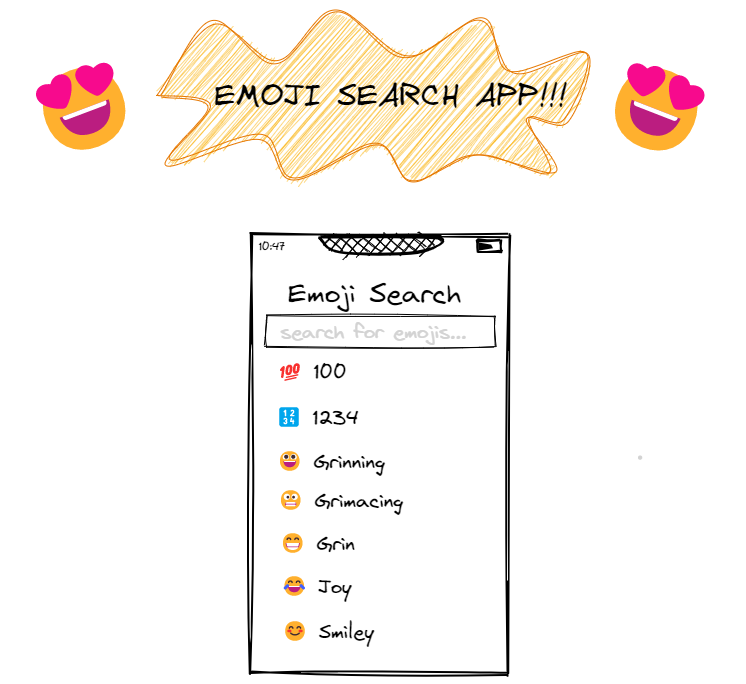
bprussell/ThoughtworksDemo keeps this Excalidraw diagram as emoji-search.excalidraw.png. Above is the earlier version. Source tidied: one line per element, renumbered; positions are measured from the earlier drawing's top-left corner, leaving out a move shared by most shapes. Source of this version:
```json
{"id": 0, "type": "text", "text": "Emoji Search", "strokeColor": "#000000", "strokeWidth": 1, "roughness": 1, "fontSize": 28, "fontFamily": 1, "x": 261, "y": 266, "width": 174, "height": 35}
{"id": 1, "type": "rectangle", "strokeColor": "#000000", "strokeWidth": 1, "roughness": 1, "x": 239, "y": 304, "width": 229, "height": 31}
{"id": 2, "type": "text", "text": "search for emojis...", "strokeColor": "lightgray", "strokeWidth": 1, "roughness": 1, "fontSize": 20, "fontFamily": 1, "x": 253, "y": 309, "width": 188, "height": 25}
{"id": 3, "type": "text", "text": "💯 100", "strokeColor": "#000000", "strokeWidth": 1, "roughness": 1, "fontSize": 20, "fontFamily": 1, "x": 249, "y": 345, "width": 72, "height": 29}
{"id": 4, "type": "text", "text": "🔢 1234", "strokeColor": "#000000", "strokeWidth": 1, "roughness": 1, "fontSize": 20, "fontFamily": 1, "x": 248, "y": 390, "width": 86, "height": 29}
{"id": 5, "type": "text", "text": "😀 Grinning", "strokeColor": "#000000", "strokeWidth": 1, "roughness": 1, "fontSize": 20, "fontFamily": 1, "x": 249, "y": 434, "width": 111, "height": 29}
{"id": 6, "type": "text", "text": "😬 Grimacing", "strokeColor": "#000000", "strokeWidth": 1, "roughness": 1, "fontSize": 20, "fontFamily": 1, "x": 250, "y": 473, "width": 128, "height": 29}
{"id": 7, "type": "text", "text": "😁 Grin", "strokeColor": "#000000", "strokeWidth": 1, "roughness": 1, "fontSize": 20, "fontFamily": 1, "x": 252, "y": 516, "width": 78, "height": 29}
{"id": 8, "type": "text", "text": "😂 Joy", "strokeColor": "#000000", "strokeWidth": 1, "roughness": 1, "fontSize": 20, "fontFamily": 1, "x": 253, "y": 560, "width": 73, "height": 29}
{"id": 9, "type": "text", "text": "😊 Smiley", "strokeColor": "#000000", "strokeWidth": 1, "roughness": 1, "fontSize": 20, "fontFamily": 1, "x": 254, "y": 605, "width": 94, "height": 29}
{"id": 10, "type": "freedraw", "strokeColor": "lightgray", "strokeWidth": 1, "roughness": 1, "x": 613, "y": 446, "width": 0, "height": 0, "points": [[0, 0], [0, 0]]}
{"id": 11, "type": "rectangle", "strokeColor": "#000000", "strokeWidth": 2, "roughness": 2, "x": 223, "y": 224, "width": 258, "height": 439}
{"id": 12, "type": "text", "text": "10:47", "strokeColor": "#000000", "strokeWidth": 2, "roughness": 1, "fontSize": 11.07, "fontFamily": 1, "textAlign": "center", "x": 232, "y": 228, "width": 25, "height": 15}
{"id": 13, "type": "rectangle", "strokeColor": "#000000", "strokeWidth": 2, "roughness": 1, "x": 450, "y": 229, "width": 23, "height": 11}
{"id": 14, "type": "rectangle", "strokeColor": "transparent", "backgroundColor": "#000", "fillStyle": "solid", "strokeWidth": 2, "roughness": 1, "x": 451, "y": 233, "width": 14, "height": 6}
{"id": 15, "type": "line", "strokeColor": "#000", "backgroundColor": "#000", "fillStyle": "cross-hatch", "strokeWidth": 2, "roughness": 1, "x": 293, "y": 226, "width": 117, "height": 15, "points": [[0, 0], [117, 1], [96, 15], [19, 15], [0, 0]]}
{"id": 16, "type": "line", "strokeColor": "#e67700", "backgroundColor": "#fab005", "fillStyle": "hachure", "strokeWidth": 1, "roughness": 2, "x": 130, "y": 82, "width": 429, "height": 170, "points": [[0, 0], [56, -71], [120, -33], [176, -82], [250, -39], [324, -73], [354, -22], [429, -39], [410, 28], [368, 25], [396, 81], [317, 60], [256, 87], [220, 54], [136, 88], [101, 45], [11, 70], [52, 11], [0, 0]]}
{"id": 17, "type": "text", "text": "EMOJI SEARCH APP!!!", "strokeColor": "black", "strokeWidth": 1, "roughness": 2, "fontSize": 32, "fontFamily": 1, "x": 187, "y": 66, "width": 355, "height": 40}
{"id": 18, "type": "text", "text": "😍", "strokeColor": "#e67700", "angle": 5.92, "strokeWidth": 1, "roughness": 2, "fontSize": 82.76, "fontFamily": 1, "x": 0, "y": 36, "width": 120, "height": 120}
{"id": 19, "type": "text", "text": "😍", "strokeColor": "#e67700", "angle": 0.37, "strokeWidth": 1, "roughness": 2, "fontSize": 82.76, "fontFamily": 1, "x": 572, "y": 39, "width": 120, "height": 120}
```
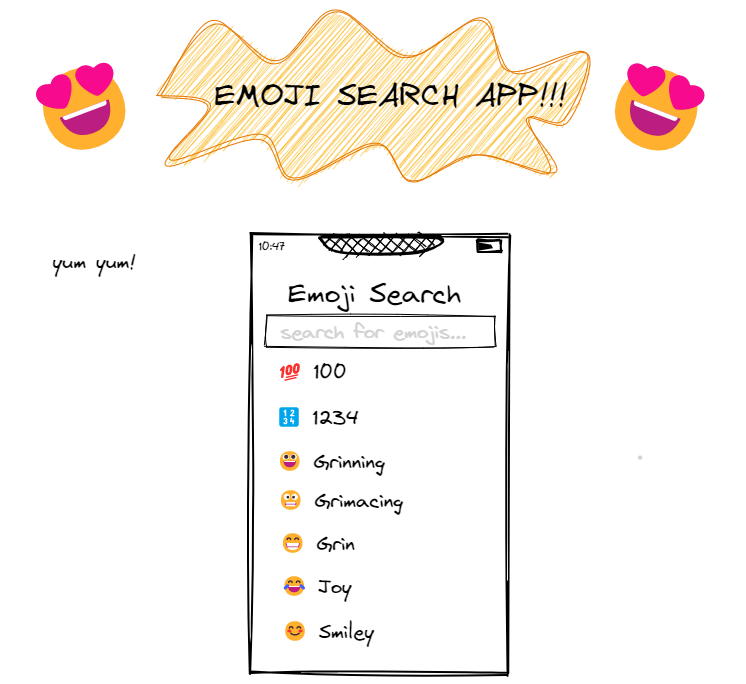
After the change.

Change to the diagram source:
```diff
@@ -18,3 +18,4 @@
 {"id": 17, "type": "text", "text": "EMOJI SEARCH APP!!!", "strokeColor": "black", "strokeWidth": 1, "roughness": 2, "fontSize": 32, "fontFamily": 1, "x": 187, "y": 66, "width": 355, "height": 40}
 {"id": 18, "type": "text", "text": "😍", "strokeColor": "#e67700", "angle": 5.92, "strokeWidth": 1, "roughness": 2, "fontSize": 82.76, "fontFamily": 1, "x": 0, "y": 36, "width": 120, "height": 120}
 {"id": 19, "type": "text", "text": "😍", "strokeColor": "#e67700", "angle": 0.37, "strokeWidth": 1, "roughness": 2, "fontSize": 82.76, "fontFamily": 1, "x": 572, "y": 39, "width": 120, "height": 120}
+{"id": 20, "type": "text", "text": "yum yum!", "strokeColor": "#000000", "strokeWidth": 1, "roughness": 1, "fontSize": 20, "fontFamily": 1, "x": 25, "y": 238, "width": 85, "height": 25}
```
